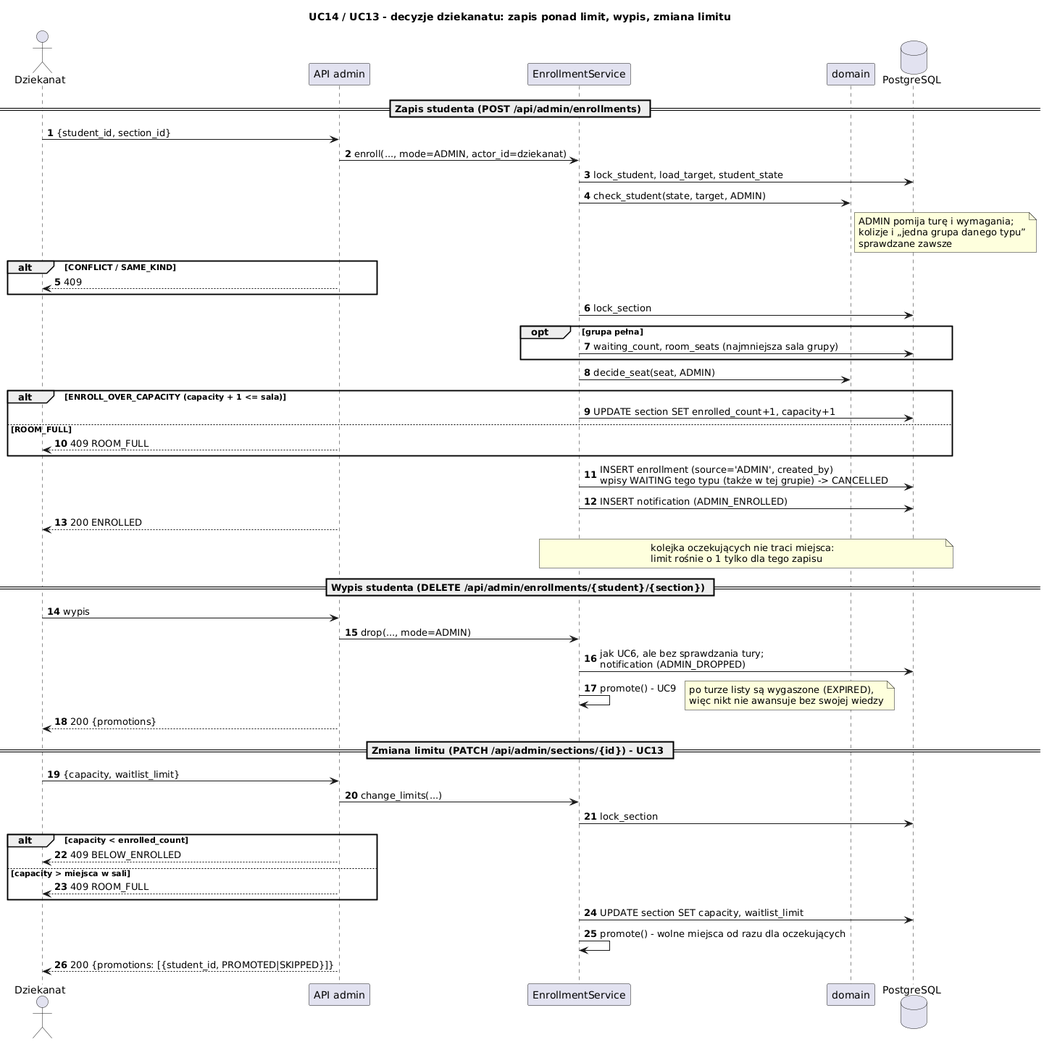
This is etap3/diagramy/sekwencja_dziekanat.png from Husaria55/USOSv2, a PlantUML export, as it was before one commit. The source it was exported from:
```plantuml
@startuml sekwencja_dziekanat
title UC14 / UC13 - decyzje dziekanatu: zapis ponad limit, wypis, zmiana limitu
skinparam shadowing false
skinparam sequenceMessageAlign left
autonumber

actor Dziekanat
participant "API admin" as api
participant "EnrollmentService" as svc
participant "domain" as dom
database "PostgreSQL" as db

== Zapis studenta (POST /api/admin/enrollments) ==
Dziekanat -> api : {student_id, section_id}
api -> svc : enroll(..., mode=ADMIN, actor_id=dziekanat)
svc -> db : lock_student, load_target, student_state
svc -> dom : check_student(state, target, ADMIN)
note right of dom : ADMIN pomija turę i wymagania;\nkolizje i „jedna grupa danego typu”\nsprawdzane zawsze
alt CONFLICT / SAME_KIND
  api --> Dziekanat : 409
end
svc -> db : lock_section
opt grupa pełna
  svc -> db : waiting_count, room_seats (najmniejsza sala grupy)
end
svc -> dom : decide_seat(seat, ADMIN)
alt ENROLL_OVER_CAPACITY (capacity + 1 <= sala)
  svc -> db : UPDATE section SET enrolled_count+1, capacity+1
else ROOM_FULL
  api --> Dziekanat : 409 ROOM_FULL
end
svc -> db : INSERT enrollment (source='ADMIN', created_by)\nwpisy WAITING tego typu (także w tej grupie) -> CANCELLED
svc -> db : INSERT notification (ADMIN_ENROLLED)
api --> Dziekanat : 200 ENROLLED
note over svc, db : kolejka oczekujących nie traci miejsca:\nlimit rośnie o 1 tylko dla tego zapisu

== Wypis studenta (DELETE /api/admin/enrollments/{student}/{section}) ==
Dziekanat -> api : wypis
api -> svc : drop(..., mode=ADMIN)
svc -> db : jak UC6, ale bez sprawdzania tury;\nnotification (ADMIN_DROPPED)
svc -> svc : promote() - UC9
note right : po turze listy są wygaszone (EXPIRED),\nwięc nikt nie awansuje bez swojej wiedzy
api --> Dziekanat : 200 {promotions}

== Zmiana limitu (PATCH /api/admin/sections/{id}) - UC13 ==
Dziekanat -> api : {capacity, waitlist_limit}
api -> svc : change_limits(...)
svc -> db : lock_section
alt capacity < enrolled_count
  api --> Dziekanat : 409 BELOW_ENROLLED
else capacity > miejsca w sali
  api --> Dziekanat : 409 ROOM_FULL
end
svc -> db : UPDATE section SET capacity, waitlist_limit
svc -> svc : promote() - wolne miejsca od razu dla oczekujących
api --> Dziekanat : 200 {promotions: [{student_id, PROMOTED|SKIPPED}]}
@enduml
```
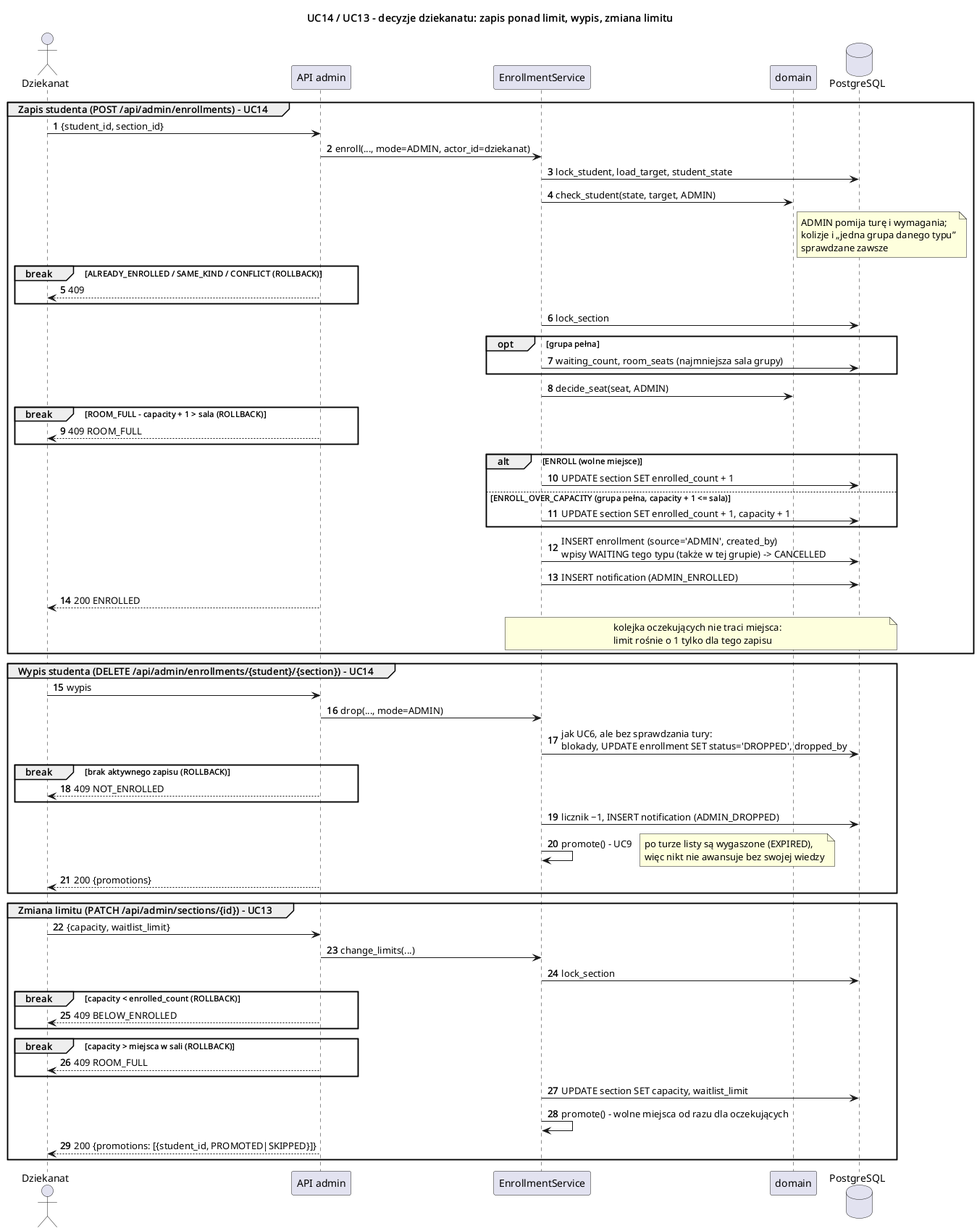
After the commit.

What changed in the source:
```diff
@@ -10,48 +10,59 @@
 participant "domain" as dom
 database "PostgreSQL" as db
 
-== Zapis studenta (POST /api/admin/enrollments) ==
-Dziekanat -> api : {student_id, section_id}
-api -> svc : enroll(..., mode=ADMIN, actor_id=dziekanat)
-svc -> db : lock_student, load_target, student_state
-svc -> dom : check_student(state, target, ADMIN)
-note right of dom : ADMIN pomija turę i wymagania;\nkolizje i „jedna grupa danego typu”\nsprawdzane zawsze
-alt CONFLICT / SAME_KIND
-  api --> Dziekanat : 409
+group Zapis studenta (POST /api/admin/enrollments) - UC14
+  Dziekanat -> api : {student_id, section_id}
+  api -> svc : enroll(..., mode=ADMIN, actor_id=dziekanat)
+  svc -> db : lock_student, load_target, student_state
+  svc -> dom : check_student(state, target, ADMIN)
+  note right of dom : ADMIN pomija turę i wymagania;\nkolizje i „jedna grupa danego typu”\nsprawdzane zawsze
+  break ALREADY_ENROLLED / SAME_KIND / CONFLICT (ROLLBACK)
+    api --> Dziekanat : 409
+  end
+  svc -> db : lock_section
+  opt grupa pełna
+    svc -> db : waiting_count, room_seats (najmniejsza sala grupy)
+  end
+  svc -> dom : decide_seat(seat, ADMIN)
+  break ROOM_FULL - capacity + 1 > sala (ROLLBACK)
+    api --> Dziekanat : 409 ROOM_FULL
+  end
+  alt ENROLL (wolne miejsce)
+    svc -> db : UPDATE section SET enrolled_count + 1
+  else ENROLL_OVER_CAPACITY (grupa pełna, capacity + 1 <= sala)
+    svc -> db : UPDATE section SET enrolled_count + 1, capacity + 1
+  end
+  svc -> db : INSERT enrollment (source='ADMIN', created_by)\nwpisy WAITING tego typu (także w tej grupie) -> CANCELLED
+  svc -> db : INSERT notification (ADMIN_ENROLLED)
+  api --> Dziekanat : 200 ENROLLED
+  note over svc, db : kolejka oczekujących nie traci miejsca:\nlimit rośnie o 1 tylko dla tego zapisu
 end
-svc -> db : lock_section
-opt grupa pełna
-  svc -> db : waiting_count, room_seats (najmniejsza sala grupy)
+
+group Wypis studenta (DELETE /api/admin/enrollments/{student}/{section}) - UC14
+  Dziekanat -> api : wypis
+  api -> svc : drop(..., mode=ADMIN)
+  svc -> db : jak UC6, ale bez sprawdzania tury:\nblokady, UPDATE enrollment SET status='DROPPED', dropped_by
+  break brak aktywnego zapisu (ROLLBACK)
+    api --> Dziekanat : 409 NOT_ENROLLED
+  end
+  svc -> db : licznik −1, INSERT notification (ADMIN_DROPPED)
+  svc -> svc : promote() - UC9
+  note right : po turze listy są wygaszone (EXPIRED),\nwięc nikt nie awansuje bez swojej wiedzy
+  api --> Dziekanat : 200 {promotions}
 end
-svc -> dom : decide_seat(seat, ADMIN)
-alt ENROLL_OVER_CAPACITY (capacity + 1 <= sala)
-  svc -> db : UPDATE section SET enrolled_count+1, capacity+1
-else ROOM_FULL
-  api --> Dziekanat : 409 ROOM_FULL
+
+group Zmiana limitu (PATCH /api/admin/sections/{id}) - UC13
+  Dziekanat -> api : {capacity, waitlist_limit}
+  api -> svc : change_limits(...)
+  svc -> db : lock_section
+  break capacity < enrolled_count (ROLLBACK)
+    api --> Dziekanat : 409 BELOW_ENROLLED
+  end
+  break capacity > miejsca w sali (ROLLBACK)
+    api --> Dziekanat : 409 ROOM_FULL
+  end
+  svc -> db : UPDATE section SET capacity, waitlist_limit
+  svc -> svc : promote() - wolne miejsca od razu dla oczekujących
+  api --> Dziekanat : 200 {promotions: [{student_id, PROMOTED|SKIPPED}]}
 end
-svc -> db : INSERT enrollment (source='ADMIN', created_by)\nwpisy WAITING tego typu (także w tej grupie) -> CANCELLED
-svc -> db : INSERT notification (ADMIN_ENROLLED)
-api --> Dziekanat : 200 ENROLLED
-note over svc, db : kolejka oczekujących nie traci miejsca:\nlimit rośnie o 1 tylko dla tego zapisu
-
-== Wypis studenta (DELETE /api/admin/enrollments/{student}/{section}) ==
-Dziekanat -> api : wypis
-api -> svc : drop(..., mode=ADMIN)
-svc -> db : jak UC6, ale bez sprawdzania tury;\nnotification (ADMIN_DROPPED)
-svc -> svc : promote() - UC9
-note right : po turze listy są wygaszone (EXPIRED),\nwięc nikt nie awansuje bez swojej wiedzy
-api --> Dziekanat : 200 {promotions}
-
-== Zmiana limitu (PATCH /api/admin/sections/{id}) - UC13 ==
-Dziekanat -> api : {capacity, waitlist_limit}
-api -> svc : change_limits(...)
-svc -> db : lock_section
-alt capacity < enrolled_count
-  api --> Dziekanat : 409 BELOW_ENROLLED
-else capacity > miejsca w sali
-  api --> Dziekanat : 409 ROOM_FULL
-end
-svc -> db : UPDATE section SET capacity, waitlist_limit
-svc -> svc : promote() - wolne miejsca od razu dla oczekujących
-api --> Dziekanat : 200 {promotions: [{student_id, PROMOTED|SKIPPED}]}
 @enduml
```
